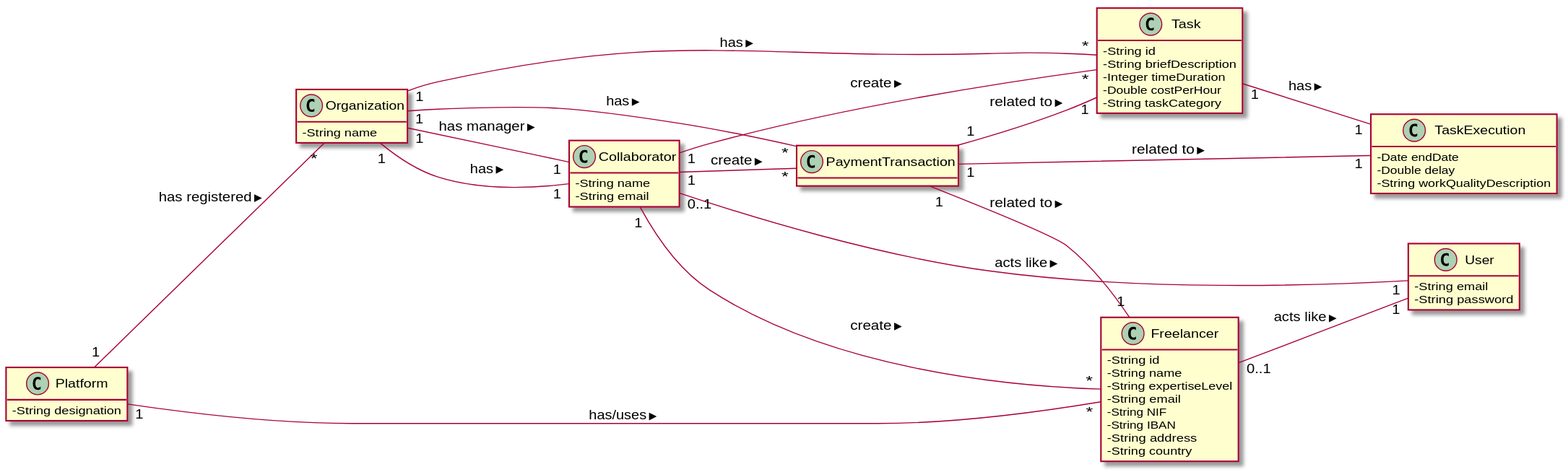
pedrolemos4/LAPR2 keeps this PlantUML diagram as docs/UC3 - Create Payment Transaction/UC3_MD.svg. Above is the earlier version.
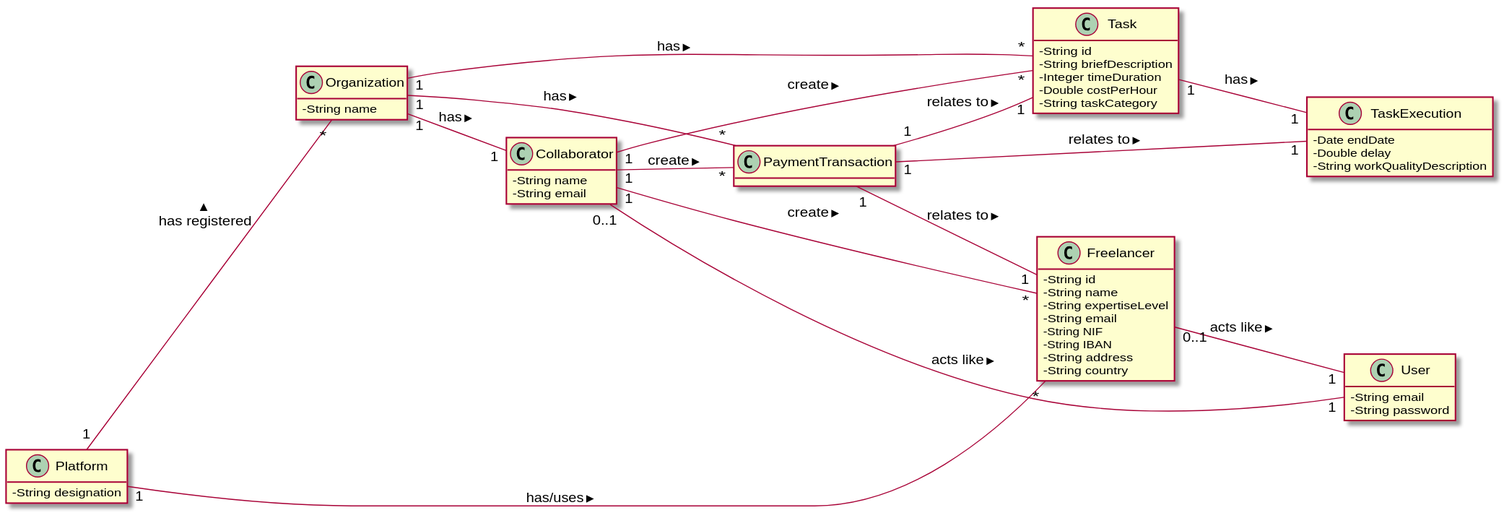
The same diagram one commit later.

The edit, as a diff of the source:
```diff
@@ -53,7 +53,6 @@
 Platform "1" -- "*" Organization : has registered >
 Platform "1" -- "*" Freelancer : has/uses >
 Organization "1" -- "1" Collaborator: has >
-Organization "1" -- "1" Collaborator: has manager >
 Organization "1" -- "*" Task: has >
 Organization "1" -- "*" PaymentTransaction: has >
 Collaborator "0..1" -- "1" User: acts like >
@@ -61,8 +60,8 @@
 Collaborator "1" -- "*" Freelancer: create >
 Collaborator "1" -- "*" Task: create >
 Collaborator "1" -- "*" PaymentTransaction: create >
-PaymentTransaction "1" -- "1" Freelancer: related to >
-PaymentTransaction "1" -- "1" Task: related to >
-PaymentTransaction "1" -- "1" TaskExecution: related to >
+PaymentTransaction "1" -- "1" Freelancer: relates to >
+PaymentTransaction "1" -- "1" Task: relates to >
+PaymentTransaction "1" -- "1" TaskExecution: relates to >
 Task "1" -- "1" TaskExecution: has >
 @enduml
```
